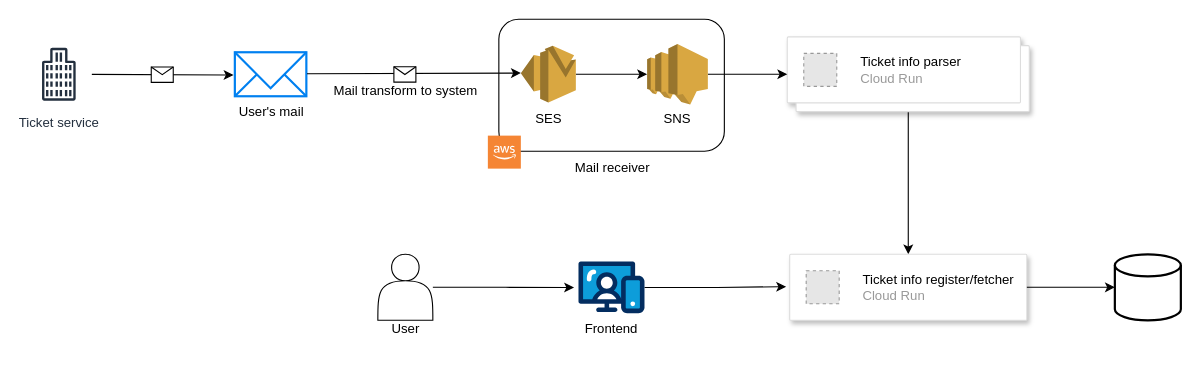
Earlier version of the draw.io diagram infra-chart.drawio (miutaku/eventer-ticket-manage). Source tidied: cells renumbered, new cells numbered last; positions are measured from the earlier drawing's top-left corner, leaving out a move shared by most shapes. Both pictures are drawn from the tidied source at 110%, with x=0, y=0 at pixel (25, 19). Pictures stored in the file or linked from it are replaced by grey dashed boxes.
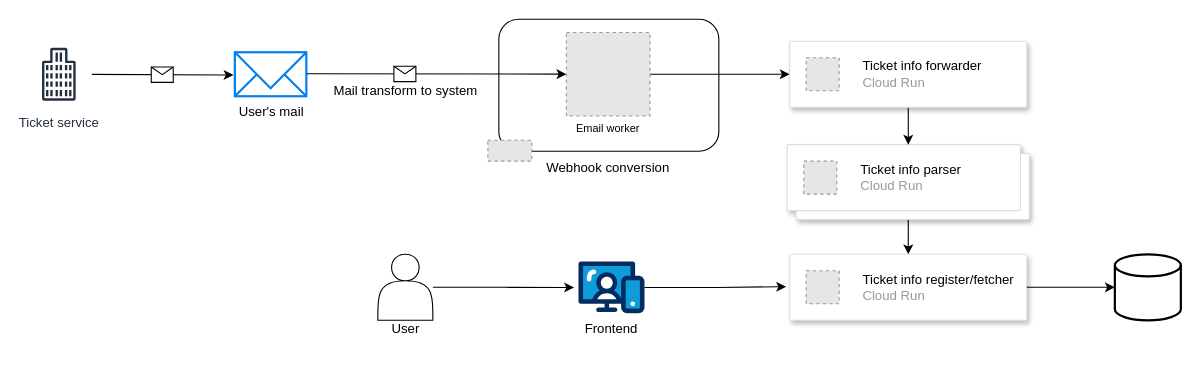
Above is the later version.

Commit message:
infra-chart.drawioの構成を更新し、要素の位置とサイズを調整

Unchanged cells that the change refers to:
```xml
<mxCell id="6" value="User's mail" style="html=1;verticalLabelPosition=bottom;align=center;labelBackgroundColor=#ffffff;verticalAlign=top;strokeWidth=2;strokeColor=#0080F0;shadow=0;dashed=0;shape=mxgraph.ios7.icons.mail;" parent="1" vertex="1">
  <mxGeometry x="190" y="30" width="65" height="40" as="geometry" />
</mxCell>
```

The edit, as a diff of the source:
```diff
@@
     <mxCell id="2" style="rounded=1;whiteSpace=wrap;html=1;" parent="1" vertex="1">
-      <mxGeometry x="430" width="205" height="120" as="geometry" />
+      <mxGeometry x="430" width="200" height="120" as="geometry" />
     </mxCell>
@@
     <mxCell id="9" style="shape=mxgraph.gcp2.doubleRect;strokeColor=#dddddd;shadow=1;strokeWidth=1;rounded=1;absoluteArcSize=1;arcSize=2;" parent="1" vertex="1">
-      <mxGeometry x="692.2" y="16" width="220" height="68" as="geometry" />
+      <mxGeometry x="692.2" y="114" width="220" height="68" as="geometry" />
     </mxCell>
@@
-    <mxCell id="19" style="endArrow=classic;html=1;rounded=0;entryX=0;entryY=0.48;entryDx=0;entryDy=0;entryPerimeter=0;exitX=1.009;exitY=0.487;exitDx=0;exitDy=0;exitPerimeter=0;" parent="1" edge="1" source="6" target="23">
+    <mxCell id="19" style="endArrow=classic;html=1;rounded=0;exitX=1.009;exitY=0.487;exitDx=0;exitDy=0;exitPerimeter=0;" parent="1" edge="1" source="6" target="31">
       <mxGeometry relative="1" as="geometry" />
     </mxCell>
     <mxCell id="20" style="shape=message;html=1;" parent="19" vertex="1">
       <mxGeometry width="20" height="14" relative="1" as="geometry">
-        <mxPoint x="-18" y="-6" as="offset" />
+        <mxPoint x="-39" y="-7" as="offset" />
       </mxGeometry>
     </mxCell>
@@
-    <mxCell id="22" style="edgeStyle=orthogonalEdgeStyle;rounded=0;jettySize=auto;html=1;" parent="1" edge="1" source="23" target="26">
-      <mxGeometry relative="1" as="geometry" />
-    </mxCell>
-    <mxCell id="23" style="outlineConnect=0;dashed=0;verticalLabelPosition=bottom;verticalAlign=top;align=center;html=1;shape=mxgraph.aws3.ses;fillColor=#D9A741;gradientColor=none;" parent="1" vertex="1">
-      <mxGeometry x="450" y="24.2" width="50" height="51.5" as="geometry" />
-    </mxCell>
-    <mxCell id="24" value="SES" style="text;html=1;align=center;verticalAlign=middle;strokeColor=none;fillColor=none;" parent="1" vertex="1">
-      <mxGeometry x="450" y="75.8" width="50" height="30" as="geometry" />
-    </mxCell>
-    <mxCell id="25" style="edgeStyle=orthogonalEdgeStyle;rounded=0;jettySize=auto;html=1;entryX=0;entryY=0.5;entryDx=0;entryDy=0;" parent="1" edge="1" source="26" target="9">
+    <mxCell id="25" style="edgeStyle=orthogonalEdgeStyle;rounded=0;jettySize=auto;html=1;entryX=0;entryY=0.5;entryDx=0;entryDy=0;" parent="1" edge="1" source="31" target="35">
       <mxGeometry relative="1" as="geometry" />
     </mxCell>
-    <mxCell id="26" style="outlineConnect=0;dashed=0;verticalLabelPosition=bottom;verticalAlign=top;align=center;html=1;shape=mxgraph.aws3.sns;fillColor=#D9A741;gradientColor=none;" parent="1" vertex="1">
-      <mxGeometry x="564.8" y="22.5" width="55.2" height="55" as="geometry" />
-    </mxCell>
-    <mxCell id="27" value="SNS" style="text;html=1;align=center;verticalAlign=middle;strokeColor=none;fillColor=none;" parent="1" vertex="1">
-      <mxGeometry x="567.4" y="75.8" width="50" height="30" as="geometry" />
-    </mxCell>
-    <mxCell id="28" style="dashed=0;verticalLabelPosition=bottom;verticalAlign=top;align=center;html=1;shape=mxgraph.aws3.cloud_2;fillColor=#F58534;gradientColor=none;" parent="1" vertex="1">
-      <mxGeometry x="420" y="105.8" width="30" height="30" as="geometry" />
-    </mxCell>
-    <mxCell id="29" value="Mail receiver" style="text;html=1;align=center;verticalAlign=middle;strokeColor=none;fillColor=none;" parent="1" vertex="1">
-      <mxGeometry x="487.5" y="120" width="90" height="30" as="geometry" />
+    <mxCell id="29" value="Webhook conversion" style="text;html=1;align=center;verticalAlign=middle;strokeColor=none;fillColor=none;" parent="1" vertex="1">
+      <mxGeometry x="459.4" y="120" width="140" height="30" as="geometry" />
     </mxCell>
@@
+    <mxCell id="31" style="fillColor=#E6E6E6;strokeColor=#999999;dashed=1;html=1;verticalAlign=top;verticalLabelPosition=bottom;labelBackgroundColor=#ffffff;" parent="1" vertex="1">
+      <mxGeometry x="491.4" y="12" width="76" height="76" as="geometry" />
+    </mxCell>
+    <mxCell id="32" value="&lt;font style=&quot;font-size: 10px;&quot;&gt;Email worker&lt;/font&gt;" style="text;html=1;align=center;verticalAlign=middle;strokeColor=none;fillColor=none;" parent="1" vertex="1">
+      <mxGeometry x="489.4" y="84" width="80" height="30" as="geometry" />
+    </mxCell>
+    <mxCell id="33" style="fillColor=#E6E6E6;strokeColor=#999999;dashed=1;verticalLabelPosition=bottom;labelBackgroundColor=default;verticalAlign=top;" parent="1" vertex="1">
+      <mxGeometry x="420" y="110" width="40" height="19" as="geometry" />
+    </mxCell>
+    <mxCell id="34" style="edgeStyle=orthogonalEdgeStyle;rounded=0;jettySize=auto;html=1;" parent="1" edge="1" source="35" target="9">
+      <mxGeometry relative="1" as="geometry" />
+    </mxCell>
+    <mxCell id="35" style="strokeColor=#dddddd;shadow=1;strokeWidth=1;rounded=1;absoluteArcSize=1;arcSize=2;" parent="1" vertex="1">
+      <mxGeometry x="694.4" y="20" width="215.6" height="60" as="geometry" />
+    </mxCell>
+    <mxCell id="36" value="&lt;font color=&quot;#000000&quot;&gt;Ticket info forwarder&lt;/font&gt;&lt;br&gt;Cloud Run" style="fillColor=#E6E6E6;strokeColor=#999999;dashed=1;html=1;fontColor=#999999;verticalLabelPosition=middle;verticalAlign=middle;labelPosition=right;align=left;spacingLeft=20;" parent="35" vertex="1">
+      <mxGeometry width="30" height="30" relative="1" as="geometry">
+        <mxPoint x="15" y="15" as="offset" />
+      </mxGeometry>
+    </mxCell>
```
